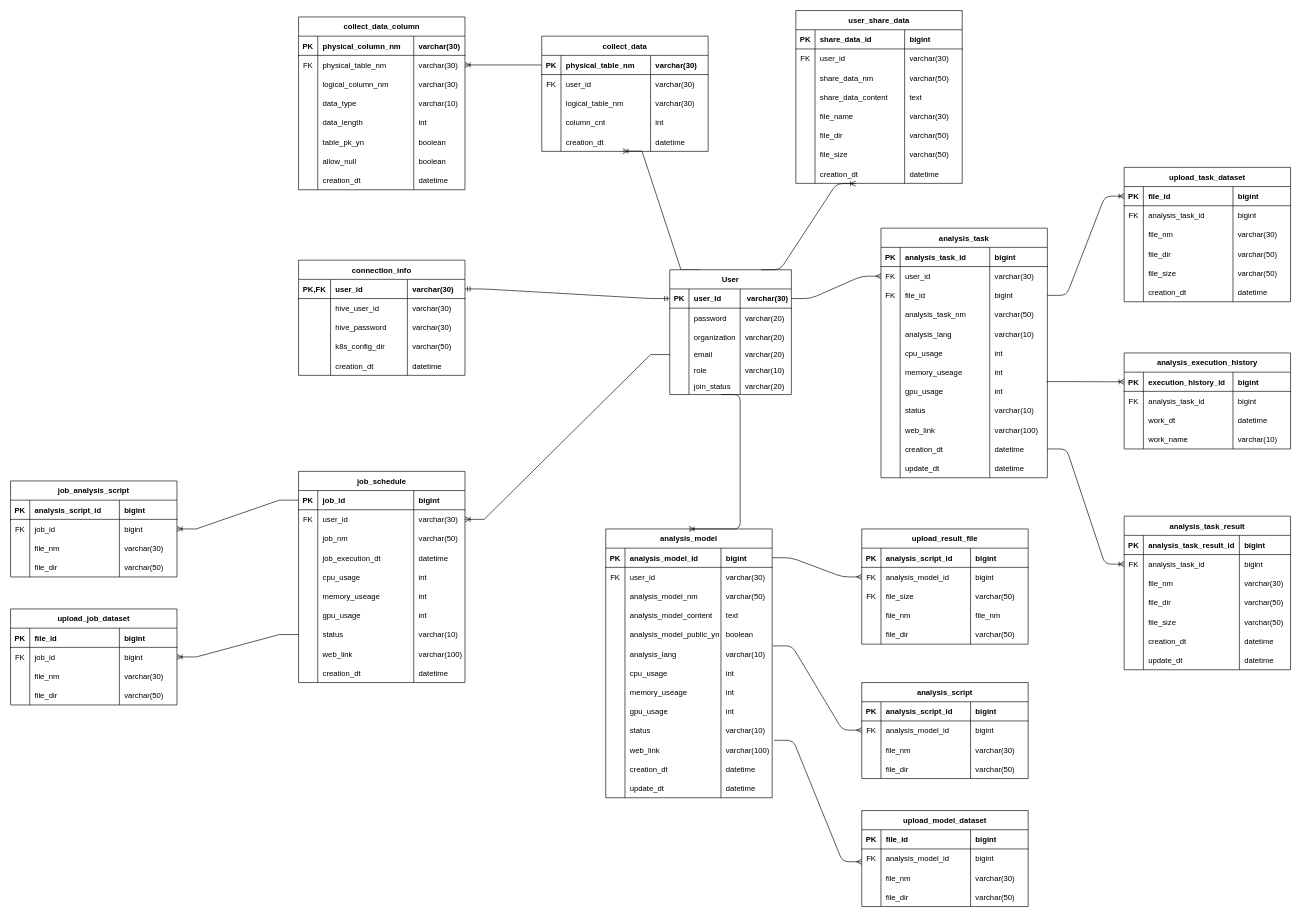
Above: 분석 플랫폼 테이블 설계.drawio in vtw-atm/bigdata-table-diagram (draw.io), before the change. Source tidied: cells renumbered, new cells numbered last; positions are measured from the earlier drawing's top-left corner, leaving out a move shared by most shapes. Both pictures are drawn from the tidied source at 64%, with x=0, y=0 at pixel (10, 10).
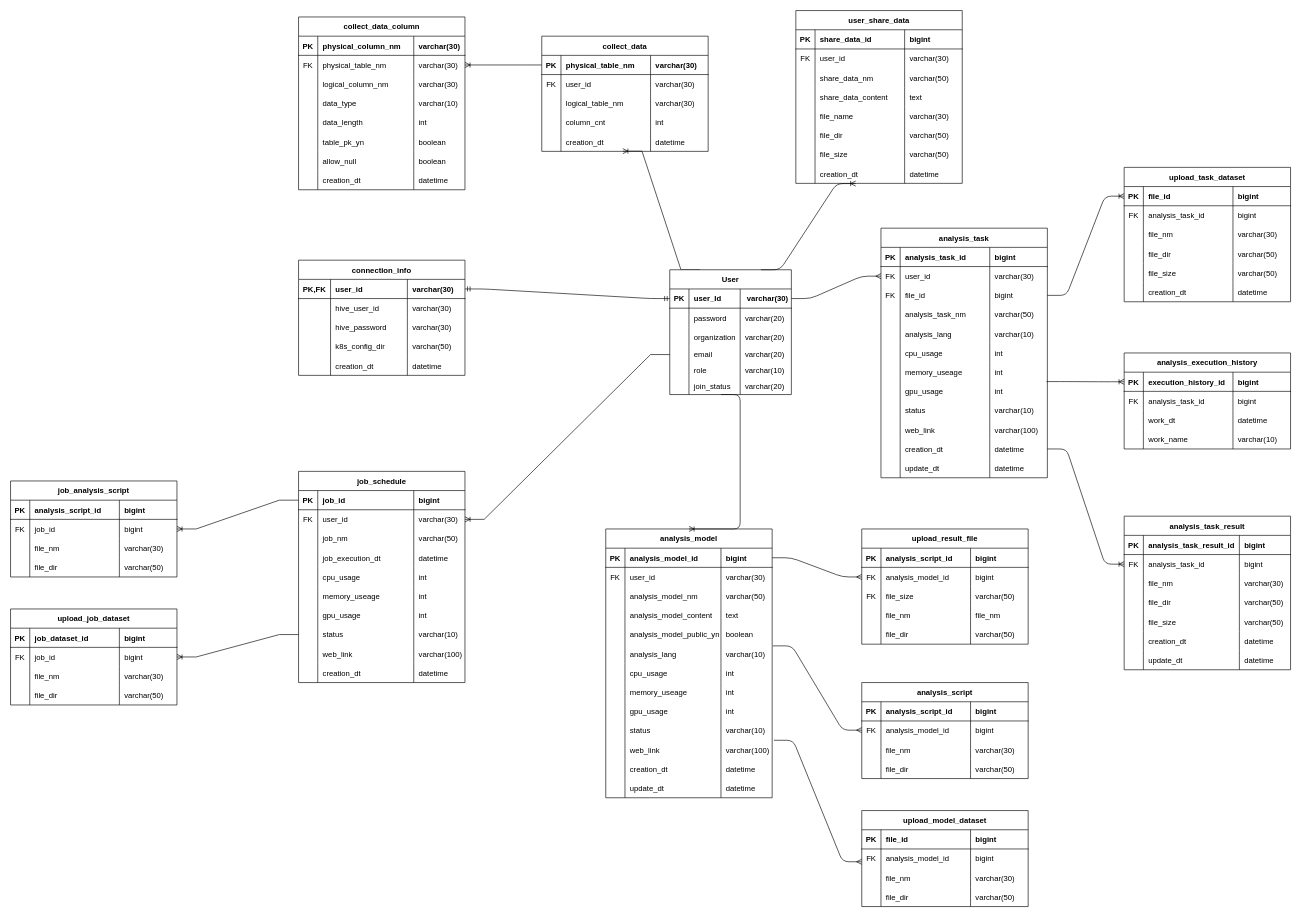
The same page after the edit.

Commit message:
분석 플랫폼 테이블 설계.drawio 업데이트

Unchanged cells that the change refers to:
```xml
<mxCell id="434" style="shape=tableRow;horizontal=0;startSize=0;swimlaneHead=0;swimlaneBody=0;fillColor=none;top=0;left=0;right=0;bottom=1;rounded=0;" parent="433" vertex="1">
  <mxGeometry y="30" width="260" height="30" as="geometry" />
</mxCell>
```

The edit, as a diff of the source:
```diff
@@
-    <mxCell id="436" value="file_id" style="shape=partialRectangle;fillColor=none;top=0;left=0;bottom=0;right=0;align=left;spacingLeft=6;fontStyle=1;overflow=hidden;rounded=0;" parent="434" vertex="1">
+    <mxCell id="436" value="job_dataset_id" style="shape=partialRectangle;fillColor=none;top=0;left=0;bottom=0;right=0;align=left;spacingLeft=6;fontStyle=1;overflow=hidden;rounded=0;" parent="434" vertex="1">
       <mxGeometry x="30" width="140" height="30" as="geometry" />
     </mxCell>
```
